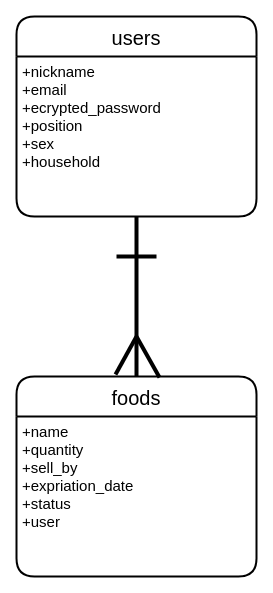
Earlier version of the draw.io diagram seaweed.dio (tnakamura0314/seaweed). Source tidied: cells renumbered, new cells numbered last; positions are measured from the earlier drawing's top-left corner, leaving out a move shared by most shapes. Both pictures are drawn from the tidied source at 100%, with x=0, y=0 at pixel (16, 16).
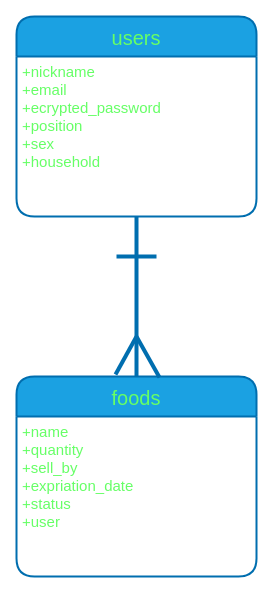
After the change.

Commit message:
データベース設計の実装2

Diff of the diagram source:
```diff
@@
 <mxGraphModel>
   <root>
     <mxCell id="0" />
     <mxCell id="1" parent="0" />
-    <mxCell id="2" value="users" style="swimlane;horizontal=1;startSize=40;rounded=1;fontSize=20;fontStyle=0;strokeWidth=2;shadow=0;dashed=0;align=center;" parent="1" vertex="1">
+    <mxCell id="2" value="users" style="swimlane;horizontal=1;startSize=40;rounded=1;fontSize=20;fontStyle=0;strokeWidth=2;shadow=0;dashed=0;align=center;fillColor=#1ba1e2;strokeColor=#006EAF;fontColor=#66FF66;" parent="1" vertex="1">
       <mxGeometry width="240" height="200" as="geometry" />
     </mxCell>
-    <mxCell id="3" value="+nickname&#10;+email&#10;+ecrypted_password&#10;+position&#10;+sex&#10;+household" style="align=left;strokeColor=none;fillColor=none;spacingLeft=4;fontSize=15;verticalAlign=top;" parent="2" vertex="1">
+    <mxCell id="3" value="+nickname&#10;+email&#10;+ecrypted_password&#10;+position&#10;+sex&#10;+household" style="align=left;strokeColor=none;fillColor=none;spacingLeft=4;fontSize=15;verticalAlign=top;fontColor=#66FF66;" parent="2" vertex="1">
       <mxGeometry y="40" width="240" height="160" as="geometry" />
     </mxCell>
-    <mxCell id="4" value="foods" style="swimlane;horizontal=1;startSize=40;rounded=1;fontSize=20;fontStyle=0;strokeWidth=2;shadow=0;dashed=0;align=center;" parent="1" vertex="1">
+    <mxCell id="4" value="foods" style="swimlane;horizontal=1;startSize=40;rounded=1;fontSize=20;fontStyle=0;strokeWidth=2;shadow=0;dashed=0;align=center;fillColor=#1ba1e2;strokeColor=#006EAF;fontColor=#66FF66;" parent="1" vertex="1">
       <mxGeometry y="360" width="240" height="200" as="geometry" />
     </mxCell>
-    <mxCell id="5" value="+name&#10;+quantity&#10;+sell_by&#10;+expriation_date&#10;+status&#10;+user" style="align=left;strokeColor=none;fillColor=none;spacingLeft=4;fontSize=15;verticalAlign=top;" parent="4" vertex="1">
+    <mxCell id="5" value="+name&#10;+quantity&#10;+sell_by&#10;+expriation_date&#10;+status&#10;+user" style="align=left;strokeColor=none;fillColor=none;spacingLeft=4;fontSize=15;verticalAlign=top;fontColor=#66FF66;" parent="4" vertex="1">
       <mxGeometry y="40" width="240" height="160" as="geometry" />
     </mxCell>
-    <mxCell id="6" style="endArrow=none;html=1;rounded=0;fontSize=17;entryX=0.5;entryY=1;entryDx=0;entryDy=0;exitX=0.5;exitY=0;exitDx=0;exitDy=0;strokeWidth=4;" parent="1" edge="1" source="4" target="3">
+    <mxCell id="6" style="endArrow=none;html=1;rounded=0;fontSize=17;entryX=0.5;entryY=1;entryDx=0;entryDy=0;exitX=0.5;exitY=0;exitDx=0;exitDy=0;strokeWidth=4;fillColor=#1ba1e2;strokeColor=#006EAF;" parent="1" edge="1" source="4" target="3">
       <mxGeometry relative="1" as="geometry" />
     </mxCell>
-    <mxCell id="7" style="endArrow=none;html=1;rounded=0;strokeWidth=4;fontSize=17;" parent="1" edge="1">
+    <mxCell id="7" style="endArrow=none;html=1;rounded=0;strokeWidth=4;fontSize=17;fillColor=#1ba1e2;strokeColor=#006EAF;" parent="1" edge="1">
       <mxGeometry relative="1" as="geometry">
         <mxPoint x="100" y="240" as="sourcePoint" />
         <mxPoint x="140" y="240" as="targetPoint" />
       </mxGeometry>
     </mxCell>
-    <mxCell id="8" style="endArrow=none;html=1;rounded=0;strokeWidth=4;fontSize=17;entryX=0.596;entryY=0.005;entryDx=0;entryDy=0;entryPerimeter=0;" parent="1" edge="1" target="4">
+    <mxCell id="8" style="endArrow=none;html=1;rounded=0;strokeWidth=4;fontSize=17;entryX=0.596;entryY=0.005;entryDx=0;entryDy=0;entryPerimeter=0;fillColor=#1ba1e2;strokeColor=#006EAF;" parent="1" edge="1" target="4">
       <mxGeometry relative="1" as="geometry">
         <mxPoint x="120" y="320" as="sourcePoint" />
       </mxGeometry>
     </mxCell>
-    <mxCell id="9" style="endArrow=none;html=1;rounded=0;strokeWidth=4;fontSize=17;" parent="1" edge="1">
+    <mxCell id="9" style="endArrow=none;html=1;rounded=0;strokeWidth=4;fontSize=17;fillColor=#1ba1e2;strokeColor=#006EAF;" parent="1" edge="1">
       <mxGeometry relative="1" as="geometry">
         <mxPoint x="120" y="320" as="sourcePoint" />
         <mxPoint x="99" y="358" as="targetPoint" />
       </mxGeometry>
     </mxCell>
   </root>
 </mxGraphModel>
```
